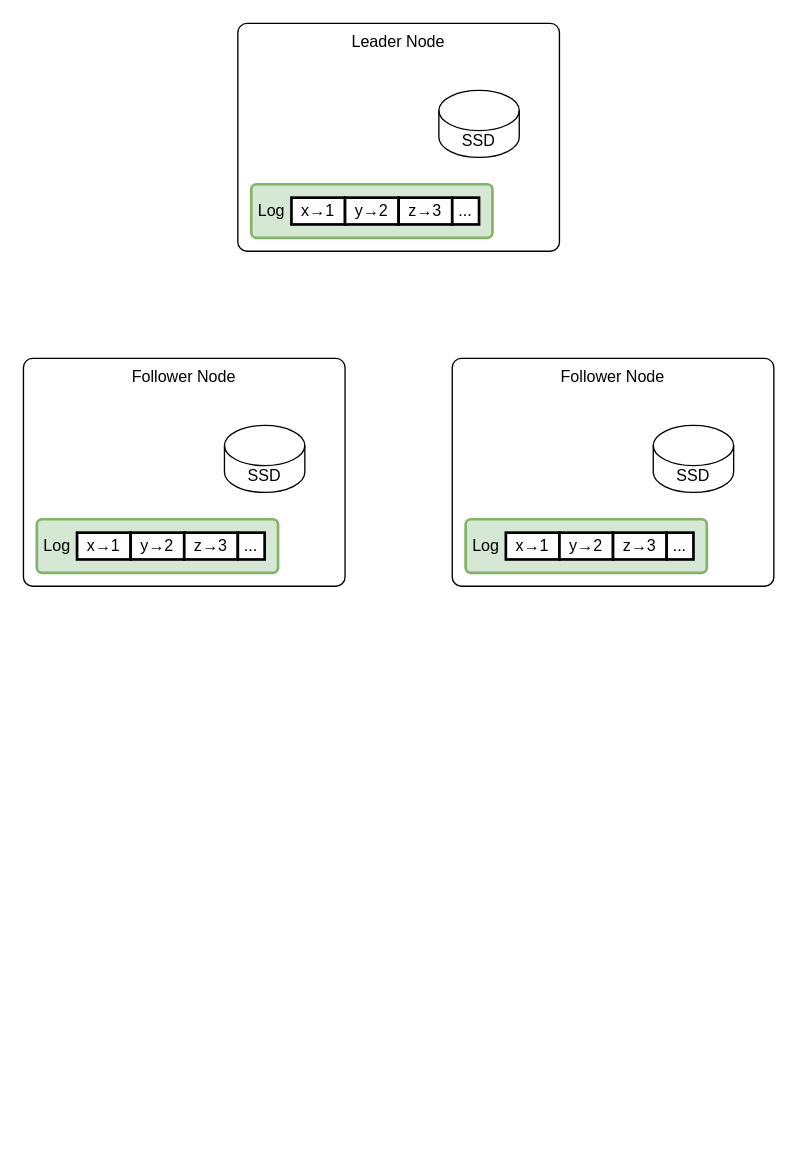
This is page "第 2 页" (2 of 3) of kv.drawio from yantao006/draw_io, a draw.io file, before an edit. Source tidied: cells renumbered, new cells numbered last; positions are measured from the earlier drawing's top-left corner, leaving out a move shared by most shapes. Both pictures are drawn from the tidied source at 134%, with x=0, y=0 at pixel (23, 23).
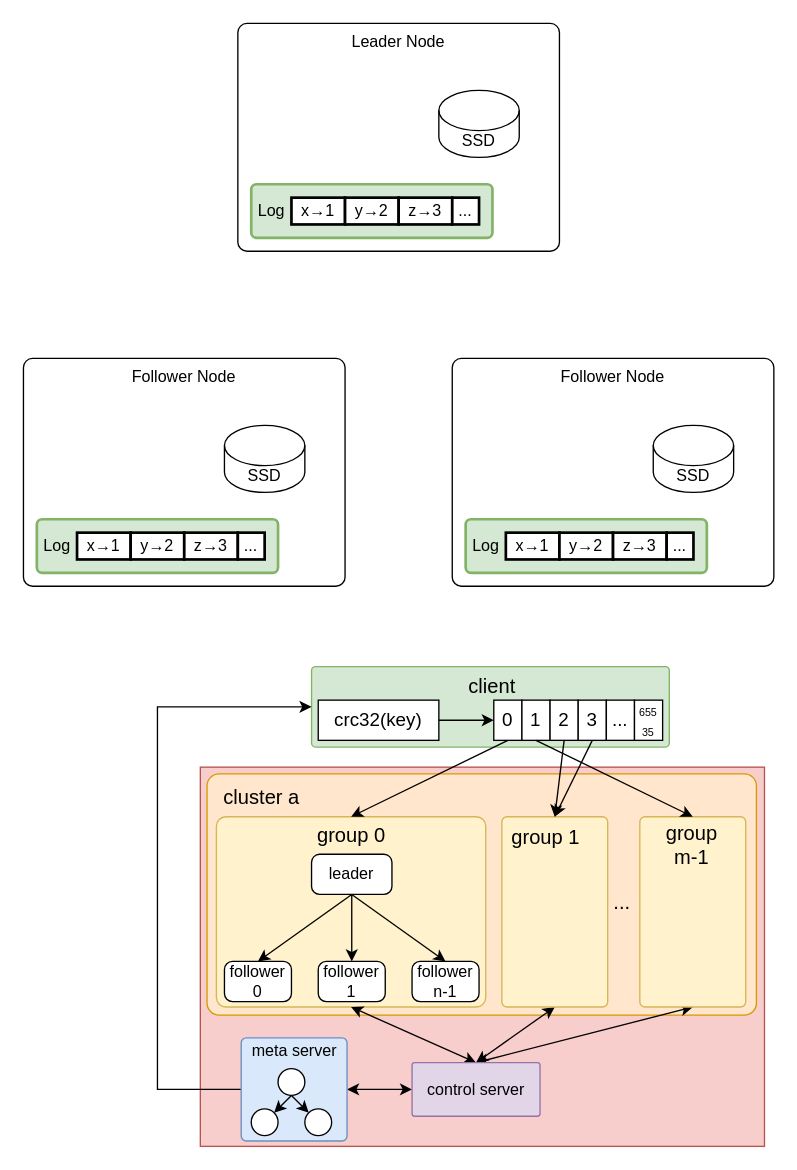
The same page after the edit.

What changed in the source:
```diff
@@
+    <mxCell id="32" style="rounded=0;whiteSpace=wrap;html=1;fillColor=#f8cecc;strokeColor=#b85450;" parent="1" vertex="1">
+      <mxGeometry x="132" y="555" width="421" height="283" as="geometry" />
+    </mxCell>
+    <mxCell id="33" style="rounded=1;whiteSpace=wrap;html=1;arcSize=5;align=center;fillColor=#ffe6cc;strokeColor=#d79b00;" parent="1" vertex="1">
+      <mxGeometry x="137" y="560" width="410" height="180" as="geometry" />
+    </mxCell>
+    <mxCell id="34" style="rounded=1;whiteSpace=wrap;html=1;arcSize=5;fillColor=#fff2cc;strokeColor=#d6b656;" parent="1" vertex="1">
+      <mxGeometry x="144" y="592" width="201" height="142" as="geometry" />
+    </mxCell>
@@
+    <mxCell id="35" style="rounded=1;whiteSpace=wrap;html=1;arcSize=5;fillColor=#d5e8d4;strokeColor=#82b366;" parent="1" vertex="1">
+      <mxGeometry x="215" y="480" width="267" height="60" as="geometry" />
+    </mxCell>
+    <mxCell id="36" style="edgeStyle=orthogonalEdgeStyle;rounded=0;jettySize=auto;html=1;exitX=1;exitY=0.5;exitDx=0;exitDy=0;entryX=0;entryY=0.5;entryDx=0;entryDy=0;" parent="1" edge="1" source="37" target="39">
+      <mxGeometry relative="1" as="geometry" />
+    </mxCell>
+    <mxCell id="37" value="&lt;font style=&quot;font-size: 14px;&quot;&gt;crc32(key)&lt;/font&gt;" style="rounded=0;whiteSpace=wrap;html=1;" parent="1" vertex="1">
+      <mxGeometry x="220" y="505" width="90" height="30" as="geometry" />
+    </mxCell>
+    <mxCell id="38" style="group;" parent="1" vertex="1">
+      <mxGeometry x="351" y="505" width="126" height="30" as="geometry" />
+    </mxCell>
+    <mxCell id="39" value="&lt;span style=&quot;font-size: 14px;&quot;&gt;0&lt;/span&gt;" style="rounded=0;whiteSpace=wrap;html=1;" parent="38" vertex="1">
+      <mxGeometry width="21" height="30" as="geometry" />
+    </mxCell>
+    <mxCell id="40" value="&lt;span style=&quot;font-size: 14px;&quot;&gt;1&lt;/span&gt;" style="rounded=0;whiteSpace=wrap;html=1;" parent="38" vertex="1">
+      <mxGeometry x="21" width="21" height="30" as="geometry" />
+    </mxCell>
+    <mxCell id="41" value="&lt;span style=&quot;font-size: 14px;&quot;&gt;2&lt;/span&gt;" style="rounded=0;whiteSpace=wrap;html=1;" parent="38" vertex="1">
+      <mxGeometry x="42" width="21" height="30" as="geometry" />
+    </mxCell>
+    <mxCell id="42" value="&lt;span style=&quot;font-size: 14px;&quot;&gt;3&lt;/span&gt;" style="rounded=0;whiteSpace=wrap;html=1;" parent="38" vertex="1">
+      <mxGeometry x="63" width="21" height="30" as="geometry" />
+    </mxCell>
+    <mxCell id="43" value="&lt;span style=&quot;font-size: 14px;&quot;&gt;...&lt;/span&gt;" style="rounded=0;whiteSpace=wrap;html=1;" parent="38" vertex="1">
+      <mxGeometry x="84" width="21" height="30" as="geometry" />
+    </mxCell>
+    <mxCell id="44" value="&lt;font style=&quot;font-size: 8px;&quot;&gt;655&lt;/font&gt;&lt;div&gt;&lt;font style=&quot;font-size: 8px;&quot;&gt;35&lt;/font&gt;&lt;/div&gt;" style="rounded=0;whiteSpace=wrap;html=1;" parent="38" vertex="1">
+      <mxGeometry x="105" width="21" height="30" as="geometry" />
+    </mxCell>
+    <mxCell id="45" value="&lt;font style=&quot;font-size: 15px;&quot;&gt;client&lt;/font&gt;" style="text;html=1;align=center;verticalAlign=middle;whiteSpace=wrap;rounded=0;" parent="1" vertex="1">
+      <mxGeometry x="320" y="479" width="60" height="30" as="geometry" />
+    </mxCell>
+    <mxCell id="46" style="rounded=0;jettySize=auto;html=1;exitX=0.5;exitY=1;exitDx=0;exitDy=0;entryX=0.5;entryY=0;entryDx=0;entryDy=0;strokeWidth=1;" parent="1" edge="1" source="49" target="50">
+      <mxGeometry relative="1" as="geometry" />
+    </mxCell>
+    <mxCell id="47" style="edgeStyle=orthogonalEdgeStyle;rounded=0;jettySize=auto;html=1;exitX=0.5;exitY=1;exitDx=0;exitDy=0;entryX=0.5;entryY=0;entryDx=0;entryDy=0;" parent="1" edge="1" source="49" target="51">
+      <mxGeometry relative="1" as="geometry" />
+    </mxCell>
+    <mxCell id="48" style="rounded=0;jettySize=auto;html=1;exitX=0.5;exitY=1;exitDx=0;exitDy=0;entryX=0.5;entryY=0;entryDx=0;entryDy=0;" parent="1" edge="1" source="49" target="52">
+      <mxGeometry relative="1" as="geometry" />
+    </mxCell>
+    <mxCell id="49" value="leader" style="rounded=1;whiteSpace=wrap;html=1;arcSize=20;" parent="1" vertex="1">
+      <mxGeometry x="215" y="620" width="60" height="30" as="geometry" />
+    </mxCell>
+    <mxCell id="50" value="follower&lt;div&gt;0&lt;/div&gt;" style="rounded=1;whiteSpace=wrap;html=1;arcSize=20;" parent="1" vertex="1">
+      <mxGeometry x="150" y="700" width="50" height="30" as="geometry" />
+    </mxCell>
+    <mxCell id="51" value="follower&lt;div&gt;1&lt;/div&gt;" style="rounded=1;whiteSpace=wrap;html=1;arcSize=20;" parent="1" vertex="1">
+      <mxGeometry x="220" y="700" width="50" height="30" as="geometry" />
+    </mxCell>
+    <mxCell id="52" value="follower&lt;div&gt;n-1&lt;/div&gt;" style="rounded=1;whiteSpace=wrap;html=1;arcSize=20;" parent="1" vertex="1">
+      <mxGeometry x="290" y="700" width="50" height="30" as="geometry" />
+    </mxCell>
+    <mxCell id="53" value="&lt;font style=&quot;font-size: 15px;&quot;&gt;group 0&lt;/font&gt;" style="text;html=1;align=center;verticalAlign=middle;whiteSpace=wrap;rounded=0;" parent="1" vertex="1">
+      <mxGeometry x="215" y="590" width="60" height="30" as="geometry" />
+    </mxCell>
+    <mxCell id="54" style="rounded=0;jettySize=auto;html=1;exitX=0.5;exitY=1;exitDx=0;exitDy=0;entryX=0.5;entryY=0;entryDx=0;entryDy=0;startArrow=classic;startFill=1;" parent="1" edge="1" source="55" target="69">
+      <mxGeometry relative="1" as="geometry" />
+    </mxCell>
+    <mxCell id="55" style="rounded=1;whiteSpace=wrap;html=1;arcSize=5;fillColor=#fff2cc;strokeColor=#d6b656;" parent="1" vertex="1">
+      <mxGeometry x="357" y="592" width="79" height="142" as="geometry" />
+    </mxCell>
+    <mxCell id="56" value="&lt;font style=&quot;font-size: 15px;&quot;&gt;group 1&lt;/font&gt;" style="text;html=1;align=center;verticalAlign=middle;whiteSpace=wrap;rounded=0;" parent="1" vertex="1">
+      <mxGeometry x="360" y="592" width="60" height="30" as="geometry" />
+    </mxCell>
+    <mxCell id="57" style="rounded=0;jettySize=auto;html=1;exitX=0.5;exitY=1;exitDx=0;exitDy=0;entryX=0.5;entryY=0;entryDx=0;entryDy=0;startArrow=classic;startFill=1;" parent="1" edge="1" source="58" target="69">
+      <mxGeometry relative="1" as="geometry" />
+    </mxCell>
+    <mxCell id="58" style="rounded=1;whiteSpace=wrap;html=1;arcSize=5;fillColor=#fff2cc;strokeColor=#d6b656;" parent="1" vertex="1">
+      <mxGeometry x="460" y="592" width="79" height="142" as="geometry" />
+    </mxCell>
+    <mxCell id="59" value="&lt;font style=&quot;font-size: 15px;&quot;&gt;group m-1&lt;/font&gt;" style="text;html=1;align=center;verticalAlign=middle;whiteSpace=wrap;rounded=0;" parent="1" vertex="1">
+      <mxGeometry x="469" y="598" width="60" height="30" as="geometry" />
+    </mxCell>
+    <mxCell id="60" value="&lt;font style=&quot;font-size: 15px;&quot;&gt;...&lt;/font&gt;" style="text;html=1;align=center;verticalAlign=middle;whiteSpace=wrap;rounded=0;" parent="1" vertex="1">
+      <mxGeometry x="417" y="640" width="60" height="30" as="geometry" />
+    </mxCell>
+    <mxCell id="61" value="&lt;font style=&quot;font-size: 15px;&quot;&gt;cluster a&lt;/font&gt;" style="text;html=1;align=center;verticalAlign=middle;whiteSpace=wrap;rounded=0;" parent="1" vertex="1">
+      <mxGeometry x="138" y="562" width="80" height="30" as="geometry" />
+    </mxCell>
+    <mxCell id="62" style="rounded=0;jettySize=auto;html=1;exitX=0.5;exitY=1;exitDx=0;exitDy=0;entryX=0.5;entryY=0;entryDx=0;entryDy=0;" parent="1" edge="1" source="39" target="34">
+      <mxGeometry relative="1" as="geometry" />
+    </mxCell>
+    <mxCell id="63" style="rounded=0;jettySize=auto;html=1;exitX=0.5;exitY=1;exitDx=0;exitDy=0;entryX=0.5;entryY=0;entryDx=0;entryDy=0;" parent="1" edge="1" source="40" target="58">
+      <mxGeometry relative="1" as="geometry" />
+    </mxCell>
+    <mxCell id="64" style="rounded=0;jettySize=auto;html=1;exitX=0.5;exitY=1;exitDx=0;exitDy=0;entryX=0.5;entryY=0;entryDx=0;entryDy=0;" parent="1" edge="1" source="41" target="55">
+      <mxGeometry relative="1" as="geometry" />
+    </mxCell>
+    <mxCell id="65" style="rounded=0;jettySize=auto;html=1;exitX=0.5;exitY=1;exitDx=0;exitDy=0;entryX=0.5;entryY=0;entryDx=0;entryDy=0;strokeWidth=1;" parent="1" edge="1" source="42" target="55">
+      <mxGeometry relative="1" as="geometry" />
+    </mxCell>
+    <mxCell id="66" style="edgeStyle=orthogonalEdgeStyle;rounded=0;jettySize=auto;html=1;entryX=0;entryY=0.5;entryDx=0;entryDy=0;exitX=0;exitY=0.5;exitDx=0;exitDy=0;" parent="1" edge="1" source="71" target="35">
+      <mxGeometry relative="1" as="geometry">
+        <Array as="points">
+          <mxPoint x="100" y="796" />
+          <mxPoint x="100" y="510" />
+        </Array>
+      </mxGeometry>
+    </mxCell>
+    <mxCell id="67" style="edgeStyle=orthogonalEdgeStyle;rounded=0;jettySize=auto;html=1;exitX=0;exitY=0.5;exitDx=0;exitDy=0;entryX=1;entryY=0.5;entryDx=0;entryDy=0;startArrow=classic;startFill=1;" parent="1" edge="1" source="69" target="71">
+      <mxGeometry relative="1" as="geometry" />
+    </mxCell>
+    <mxCell id="68" style="rounded=0;jettySize=auto;html=1;exitX=0.5;exitY=0;exitDx=0;exitDy=0;startArrow=classic;startFill=1;entryX=0.5;entryY=1;entryDx=0;entryDy=0;" parent="1" edge="1" source="69" target="34">
+      <mxGeometry relative="1" as="geometry" />
+    </mxCell>
+    <mxCell id="69" value="control server" style="rounded=1;whiteSpace=wrap;html=1;arcSize=5;fillColor=#e1d5e7;strokeColor=#9673a6;" parent="1" vertex="1">
+      <mxGeometry x="290" y="775.5" width="95.5" height="40" as="geometry" />
+    </mxCell>
+    <mxCell id="70" style="group;" parent="1" vertex="1">
+      <mxGeometry x="162.5" y="757" width="79" height="77" as="geometry" />
+    </mxCell>
+    <mxCell id="71" style="rounded=1;whiteSpace=wrap;html=1;arcSize=5;fillColor=#dae8fc;strokeColor=#6c8ebf;" parent="70" vertex="1">
+      <mxGeometry width="79" height="77" as="geometry" />
+    </mxCell>
+    <mxCell id="72" style="rounded=0;jettySize=auto;html=1;exitX=0.5;exitY=1;exitDx=0;exitDy=0;" parent="70" edge="1" source="74" target="75">
+      <mxGeometry relative="1" as="geometry" />
+    </mxCell>
+    <mxCell id="73" style="rounded=0;jettySize=auto;html=1;exitX=0.5;exitY=1;exitDx=0;exitDy=0;" parent="70" edge="1" source="74" target="76">
+      <mxGeometry relative="1" as="geometry" />
+    </mxCell>
+    <mxCell id="74" style="ellipse;whiteSpace=wrap;html=1;" parent="70" vertex="1">
+      <mxGeometry x="27.5" y="23" width="20" height="20" as="geometry" />
+    </mxCell>
+    <mxCell id="75" style="ellipse;whiteSpace=wrap;html=1;" parent="70" vertex="1">
+      <mxGeometry x="7.5" y="53" width="20" height="20" as="geometry" />
+    </mxCell>
+    <mxCell id="76" style="ellipse;whiteSpace=wrap;html=1;" parent="70" vertex="1">
+      <mxGeometry x="47.5" y="53" width="20" height="20" as="geometry" />
+    </mxCell>
+    <mxCell id="77" value="&lt;font style=&quot;font-size: 12px;&quot;&gt;&lt;font style=&quot;font-size: 12px;&quot;&gt;meta&amp;nbsp;&lt;/font&gt;&lt;span style=&quot;background-color: initial;&quot;&gt;server&lt;/span&gt;&lt;/font&gt;" style="text;html=1;align=center;verticalAlign=middle;whiteSpace=wrap;rounded=0;" parent="70" vertex="1">
+      <mxGeometry x="3.4" width="72.8" height="20" as="geometry" />
+    </mxCell>
```
